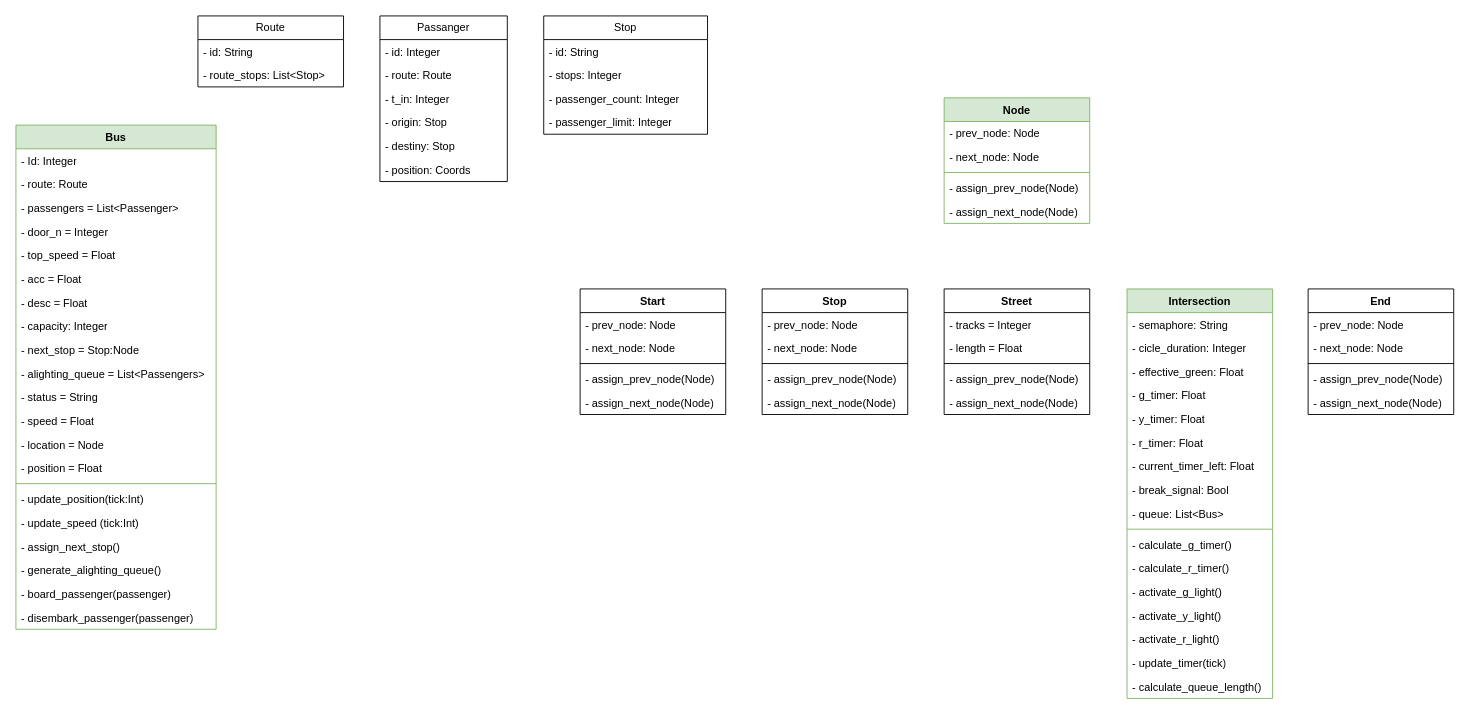
SebastianGonzalezRP/SimVex keeps this draw.io diagram as page "Class Diagram" (2 of 6) of Diagrams.drawio. Above is the earlier version. Source tidied: cells renumbered, new cells numbered last; positions are measured from the earlier drawing's top-left corner, leaving out a move shared by most shapes. Both pictures are drawn from the tidied source at 91%, with x=0, y=0 at pixel (15, 15).
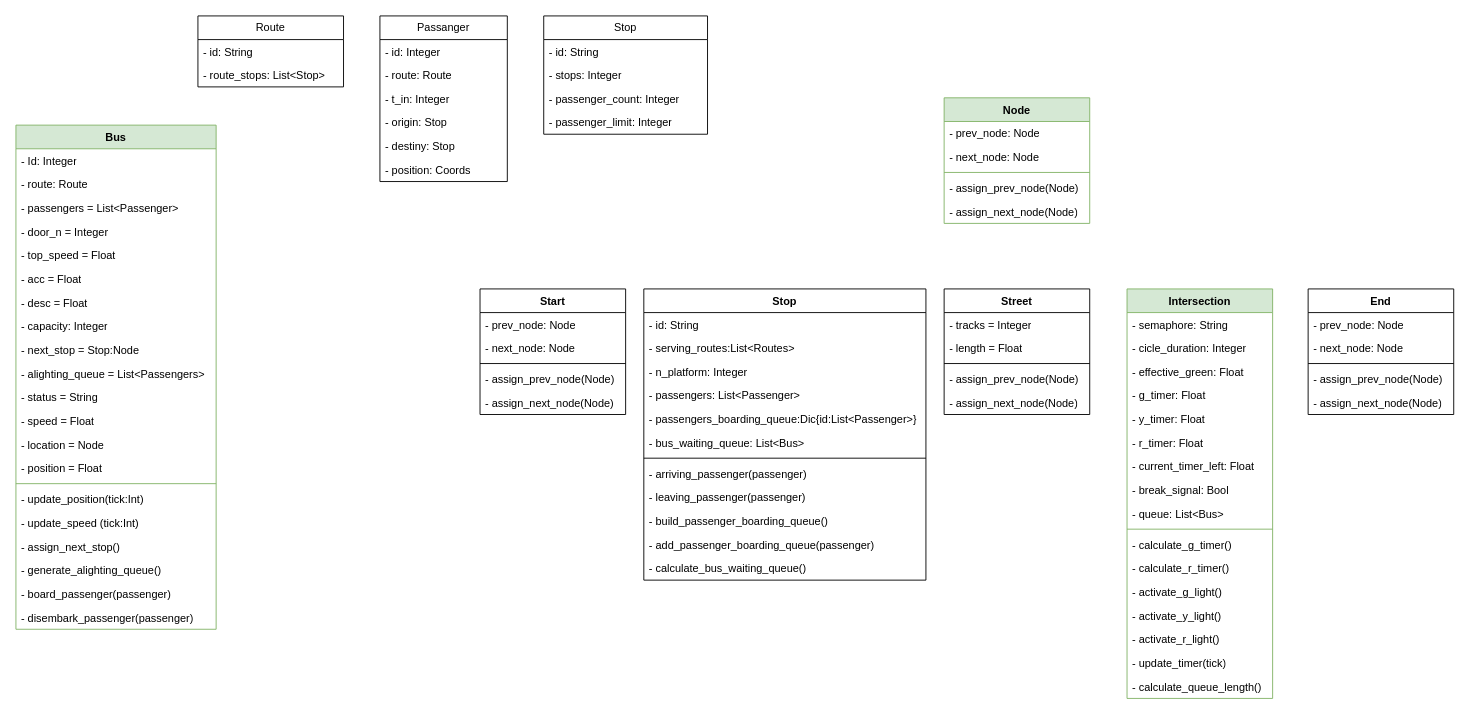
Above is the later version.

What changed in the source:
```diff
@@
     <mxCell id="57" value="Start" style="swimlane;fontStyle=1;align=center;verticalAlign=top;horizontal=1;startSize=26;whiteSpace=wrap;html=1;" parent="1" vertex="1">
-      <mxGeometry x="620" y="300" width="160" height="138" as="geometry" />
+      <mxGeometry x="510" y="300" width="160" height="138" as="geometry" />
     </mxCell>
@@
     <mxCell id="63" value="Stop" style="swimlane;fontStyle=1;align=center;verticalAlign=top;horizontal=1;startSize=26;whiteSpace=wrap;html=1;" parent="1" vertex="1">
-      <mxGeometry x="820" y="300" width="160" height="138" as="geometry" />
+      <mxGeometry x="690" y="300" width="310" height="320" as="geometry" />
     </mxCell>
-    <mxCell id="64" value="-&amp;nbsp;prev_node: Node" style="text;strokeColor=none;fillColor=none;align=left;verticalAlign=top;spacingLeft=4;spacingRight=4;overflow=hidden;whiteSpace=wrap;html=1;" parent="63" vertex="1">
-      <mxGeometry y="26" width="160" height="26" as="geometry" />
+    <mxCell id="64" value="- id: String" style="text;strokeColor=none;fillColor=none;align=left;verticalAlign=top;spacingLeft=4;spacingRight=4;overflow=hidden;whiteSpace=wrap;html=1;" parent="63" vertex="1">
+      <mxGeometry y="26" width="310" height="26" as="geometry" />
     </mxCell>
-    <mxCell id="65" value="-&amp;nbsp;next_node: Node" style="text;strokeColor=none;fillColor=none;align=left;verticalAlign=top;spacingLeft=4;spacingRight=4;overflow=hidden;whiteSpace=wrap;html=1;" parent="63" vertex="1">
-      <mxGeometry y="52" width="160" height="26" as="geometry" />
+    <mxCell id="65" value="-&amp;nbsp;serving_routes:List&amp;lt;Routes&amp;gt;" style="text;strokeColor=none;fillColor=none;align=left;verticalAlign=top;spacingLeft=4;spacingRight=4;overflow=hidden;whiteSpace=wrap;html=1;" parent="63" vertex="1">
+      <mxGeometry y="52" width="310" height="26" as="geometry" />
     </mxCell>
+    <mxCell id="87" value="-&amp;nbsp;n_platform: Integer" style="text;strokeColor=none;fillColor=none;align=left;verticalAlign=top;spacingLeft=4;spacingRight=4;overflow=hidden;whiteSpace=wrap;html=1;" parent="63" vertex="1">
+      <mxGeometry y="78" width="310" height="26" as="geometry" />
+    </mxCell>
+    <mxCell id="88" value="-&amp;nbsp;passengers: List&amp;lt;Passenger&amp;gt;" style="text;strokeColor=none;fillColor=none;align=left;verticalAlign=top;spacingLeft=4;spacingRight=4;overflow=hidden;whiteSpace=wrap;html=1;" parent="63" vertex="1">
+      <mxGeometry y="104" width="310" height="26" as="geometry" />
+    </mxCell>
+    <mxCell id="89" value="- passengers_boarding_queue:Dic{id:List&amp;lt;Passenger&amp;gt;}" style="text;strokeColor=none;fillColor=none;align=left;verticalAlign=top;spacingLeft=4;spacingRight=4;overflow=hidden;whiteSpace=wrap;html=1;" parent="63" vertex="1">
+      <mxGeometry y="130" width="310" height="26" as="geometry" />
+    </mxCell>
+    <mxCell id="90" value="- bus_waiting_queue: List&amp;lt;Bus&amp;gt;" style="text;strokeColor=none;fillColor=none;align=left;verticalAlign=top;spacingLeft=4;spacingRight=4;overflow=hidden;whiteSpace=wrap;html=1;" parent="63" vertex="1">
+      <mxGeometry y="156" width="310" height="26" as="geometry" />
+    </mxCell>
     <mxCell id="66" style="line;strokeWidth=1;fillColor=none;align=left;verticalAlign=middle;spacingTop=-1;spacingLeft=3;spacingRight=3;labelPosition=right;strokeColor=inherit;" parent="63" vertex="1">
-      <mxGeometry y="78" width="160" height="8" as="geometry" />
+      <mxGeometry y="182" width="310" height="8" as="geometry" />
     </mxCell>
-    <mxCell id="67" value="-&amp;nbsp;assign_prev_node(Node)" style="text;strokeColor=none;fillColor=none;align=left;verticalAlign=top;spacingLeft=4;spacingRight=4;overflow=hidden;whiteSpace=wrap;html=1;" parent="63" vertex="1">
-      <mxGeometry y="86" width="160" height="26" as="geometry" />
+    <mxCell id="67" value="-&amp;nbsp;arriving_passenger(passenger)" style="text;strokeColor=none;fillColor=none;align=left;verticalAlign=top;spacingLeft=4;spacingRight=4;overflow=hidden;whiteSpace=wrap;html=1;" parent="63" vertex="1">
+      <mxGeometry y="190" width="310" height="26" as="geometry" />
     </mxCell>
-    <mxCell id="68" value="-&amp;nbsp;assign_next_node(Node)" style="text;strokeColor=none;fillColor=none;align=left;verticalAlign=top;spacingLeft=4;spacingRight=4;overflow=hidden;whiteSpace=wrap;html=1;" parent="63" vertex="1">
-      <mxGeometry y="112" width="160" height="26" as="geometry" />
-    </mxCell>
+    <mxCell id="91" value="-&amp;nbsp;leaving_passenger(passenger)" style="text;strokeColor=none;fillColor=none;align=left;verticalAlign=top;spacingLeft=4;spacingRight=4;overflow=hidden;whiteSpace=wrap;html=1;" parent="63" vertex="1">
+      <mxGeometry y="216" width="310" height="26" as="geometry" />
+    </mxCell>
+    <mxCell id="92" value="-&amp;nbsp;build_passenger_boarding_queue()" style="text;strokeColor=none;fillColor=none;align=left;verticalAlign=top;spacingLeft=4;spacingRight=4;overflow=hidden;whiteSpace=wrap;html=1;" parent="63" vertex="1">
+      <mxGeometry y="242" width="310" height="26" as="geometry" />
+    </mxCell>
+    <mxCell id="93" value="-&amp;nbsp;add_passenger_boarding_queue(passenger)" style="text;strokeColor=none;fillColor=none;align=left;verticalAlign=top;spacingLeft=4;spacingRight=4;overflow=hidden;whiteSpace=wrap;html=1;" parent="63" vertex="1">
+      <mxGeometry y="268" width="310" height="26" as="geometry" />
+    </mxCell>
+    <mxCell id="94" value="-&amp;nbsp;calculate_bus_waiting_queue()" style="text;strokeColor=none;fillColor=none;align=left;verticalAlign=top;spacingLeft=4;spacingRight=4;overflow=hidden;whiteSpace=wrap;html=1;" parent="63" vertex="1">
+      <mxGeometry y="294" width="310" height="26" as="geometry" />
+    </mxCell>
```
